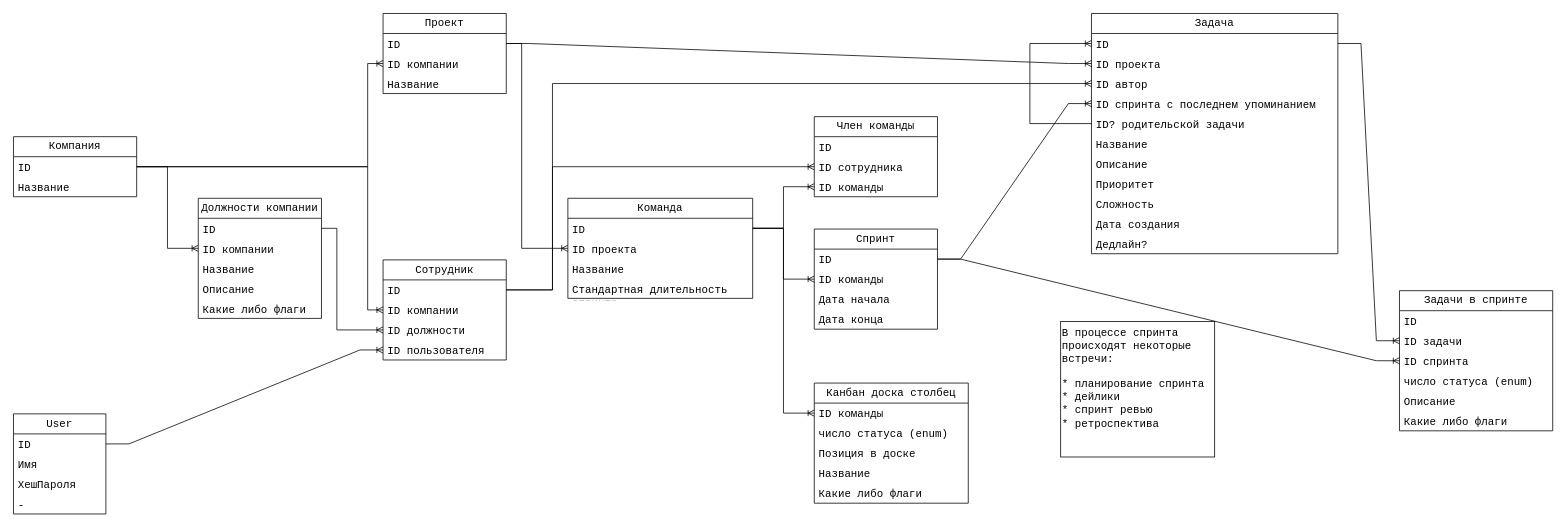
DP1415/CorporateMessengerWithAgile keeps this draw.io diagram as page "Сущности" (1 of 2) of Схемы/Сущности.drawio. Above is the earlier version. Source tidied: cells renumbered, new cells numbered last; positions are measured from the earlier drawing's top-left corner, leaving out a move shared by most shapes. Both pictures are drawn from the tidied source at 77%, with x=0, y=0 at pixel (13, 13).
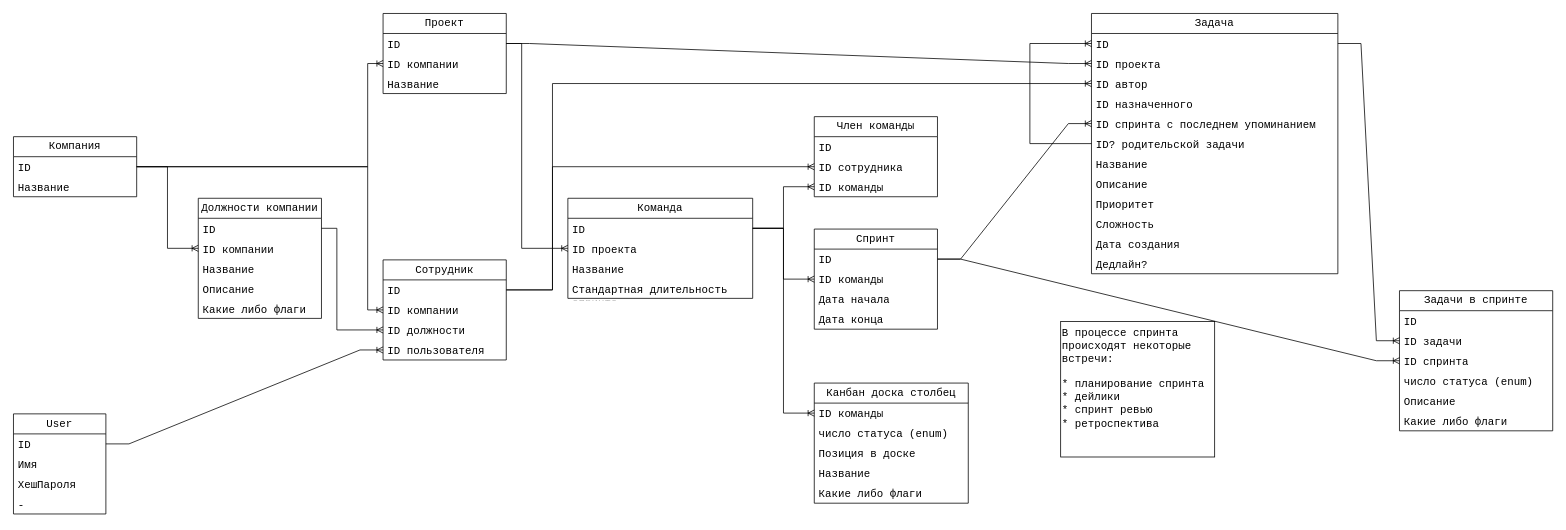
After the change.

The edit, as a diff of the source:
```diff
@@
     <mxCell id="46" value="Задача" style="swimlane;fontStyle=0;horizontal=1;startSize=26;fillColor=none;whiteSpace=wrap;fontFamily=consolas;fontSize=14;html=1;" parent="1" vertex="1">
-      <mxGeometry x="1400" width="320" height="312" as="geometry" />
+      <mxGeometry x="1400" width="320" height="338" as="geometry" />
     </mxCell>
@@
+    <mxCell id="81" value="ID назначенного" style="text;strokeColor=none;fillColor=none;align=left;verticalAlign=top;spacingLeft=4;spacingRight=4;overflow=hidden;whiteSpace=wrap;fontFamily=consolas;fontSize=14;html=1;" parent="46" vertex="1">
+      <mxGeometry y="104" width="320" height="26" as="geometry" />
+    </mxCell>
     <mxCell id="50" value="ID спринта с последнем упоминанием" style="text;strokeColor=none;fillColor=none;align=left;verticalAlign=top;spacingLeft=4;spacingRight=4;overflow=hidden;points=[[0,0.5],[1,0.5]];portConstraint=eastwest;whiteSpace=wrap;fontFamily=consolas;fontSize=14;html=1;" parent="46" vertex="1">
-      <mxGeometry y="104" width="320" height="26" as="geometry" />
+      <mxGeometry y="130" width="320" height="26" as="geometry" />
     </mxCell>
     <mxCell id="51" value="ID? родительской задачи" style="text;strokeColor=none;fillColor=none;align=left;verticalAlign=top;spacingLeft=4;spacingRight=4;overflow=hidden;points=[[0,0.5],[1,0.5]];portConstraint=eastwest;whiteSpace=wrap;fontFamily=consolas;fontSize=14;html=1;" parent="46" vertex="1">
-      <mxGeometry y="130" width="320" height="26" as="geometry" />
+      <mxGeometry y="156" width="320" height="26" as="geometry" />
     </mxCell>
     <mxCell id="52" value="Название" style="text;strokeColor=none;fillColor=none;align=left;verticalAlign=top;spacingLeft=4;spacingRight=4;overflow=hidden;whiteSpace=wrap;fontFamily=consolas;fontSize=14;html=1;" parent="46" vertex="1">
-      <mxGeometry y="156" width="320" height="26" as="geometry" />
+      <mxGeometry y="182" width="320" height="26" as="geometry" />
     </mxCell>
     <mxCell id="53" value="Описание" style="text;strokeColor=none;fillColor=none;align=left;verticalAlign=top;spacingLeft=4;spacingRight=4;overflow=hidden;whiteSpace=wrap;fontFamily=consolas;fontSize=14;html=1;" parent="46" vertex="1">
-      <mxGeometry y="182" width="320" height="26" as="geometry" />
+      <mxGeometry y="208" width="320" height="26" as="geometry" />
     </mxCell>
     <mxCell id="54" value="Приоритет" style="text;strokeColor=none;fillColor=none;align=left;verticalAlign=top;spacingLeft=4;spacingRight=4;overflow=hidden;whiteSpace=wrap;fontFamily=consolas;fontSize=14;html=1;" parent="46" vertex="1">
-      <mxGeometry y="208" width="320" height="26" as="geometry" />
+      <mxGeometry y="234" width="320" height="26" as="geometry" />
     </mxCell>
     <mxCell id="55" value="Сложность" style="text;strokeColor=none;fillColor=none;align=left;verticalAlign=top;spacingLeft=4;spacingRight=4;overflow=hidden;whiteSpace=wrap;fontFamily=consolas;fontSize=14;html=1;" parent="46" vertex="1">
-      <mxGeometry y="234" width="320" height="26" as="geometry" />
+      <mxGeometry y="260" width="320" height="26" as="geometry" />
     </mxCell>
     <mxCell id="56" value="Дата создания" style="text;strokeColor=none;fillColor=none;align=left;verticalAlign=top;spacingLeft=4;spacingRight=4;overflow=hidden;whiteSpace=wrap;fontFamily=consolas;fontSize=14;html=1;" parent="46" vertex="1">
-      <mxGeometry y="260" width="320" height="26" as="geometry" />
+      <mxGeometry y="286" width="320" height="26" as="geometry" />
     </mxCell>
     <mxCell id="57" value="Дедлайн?" style="text;strokeColor=none;fillColor=none;align=left;verticalAlign=top;spacingLeft=4;spacingRight=4;overflow=hidden;whiteSpace=wrap;fontFamily=consolas;fontSize=14;html=1;" parent="46" vertex="1">
-      <mxGeometry y="286" width="320" height="26" as="geometry" />
+      <mxGeometry y="312" width="320" height="26" as="geometry" />
     </mxCell>
```
